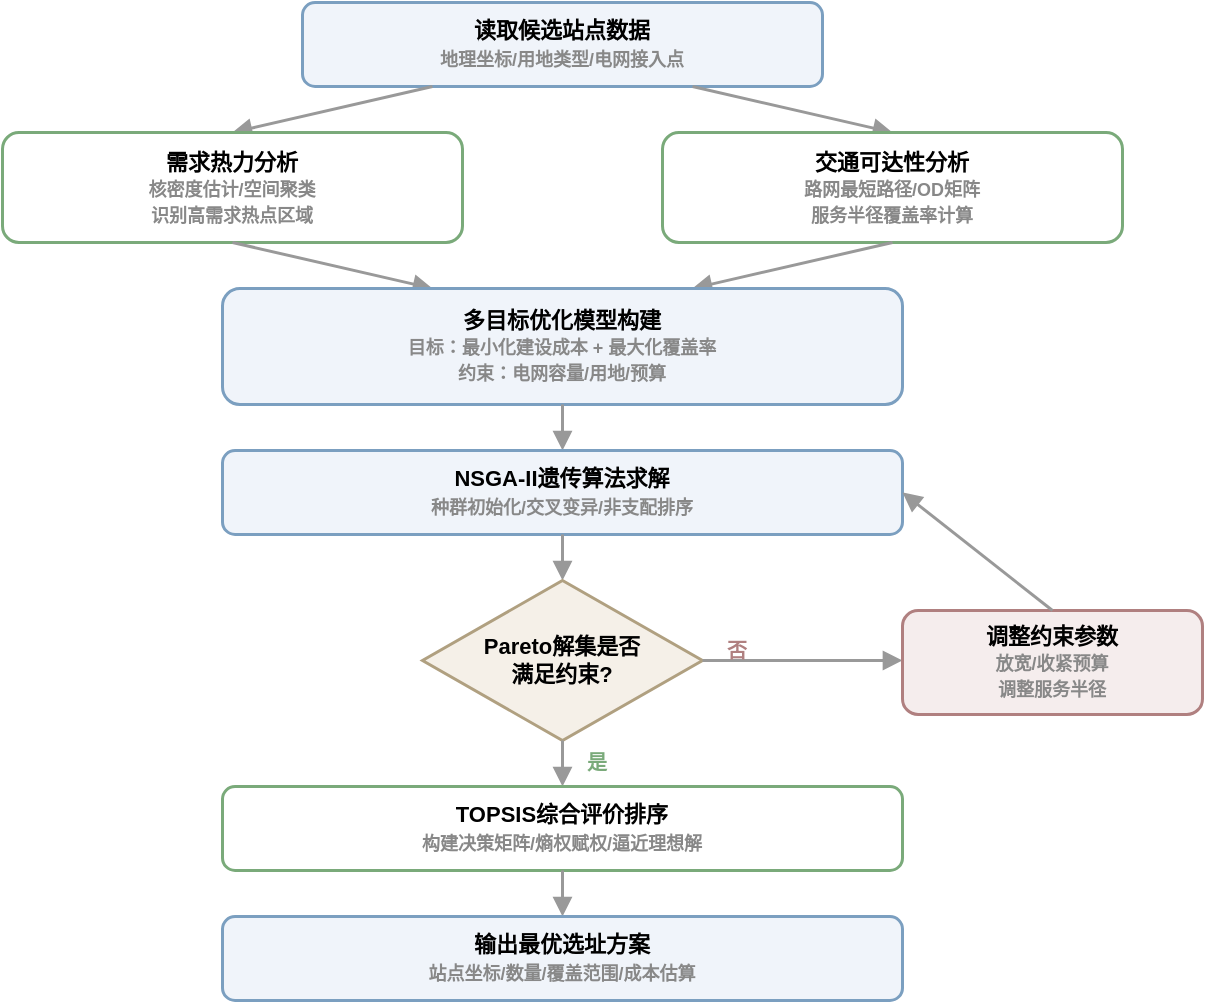
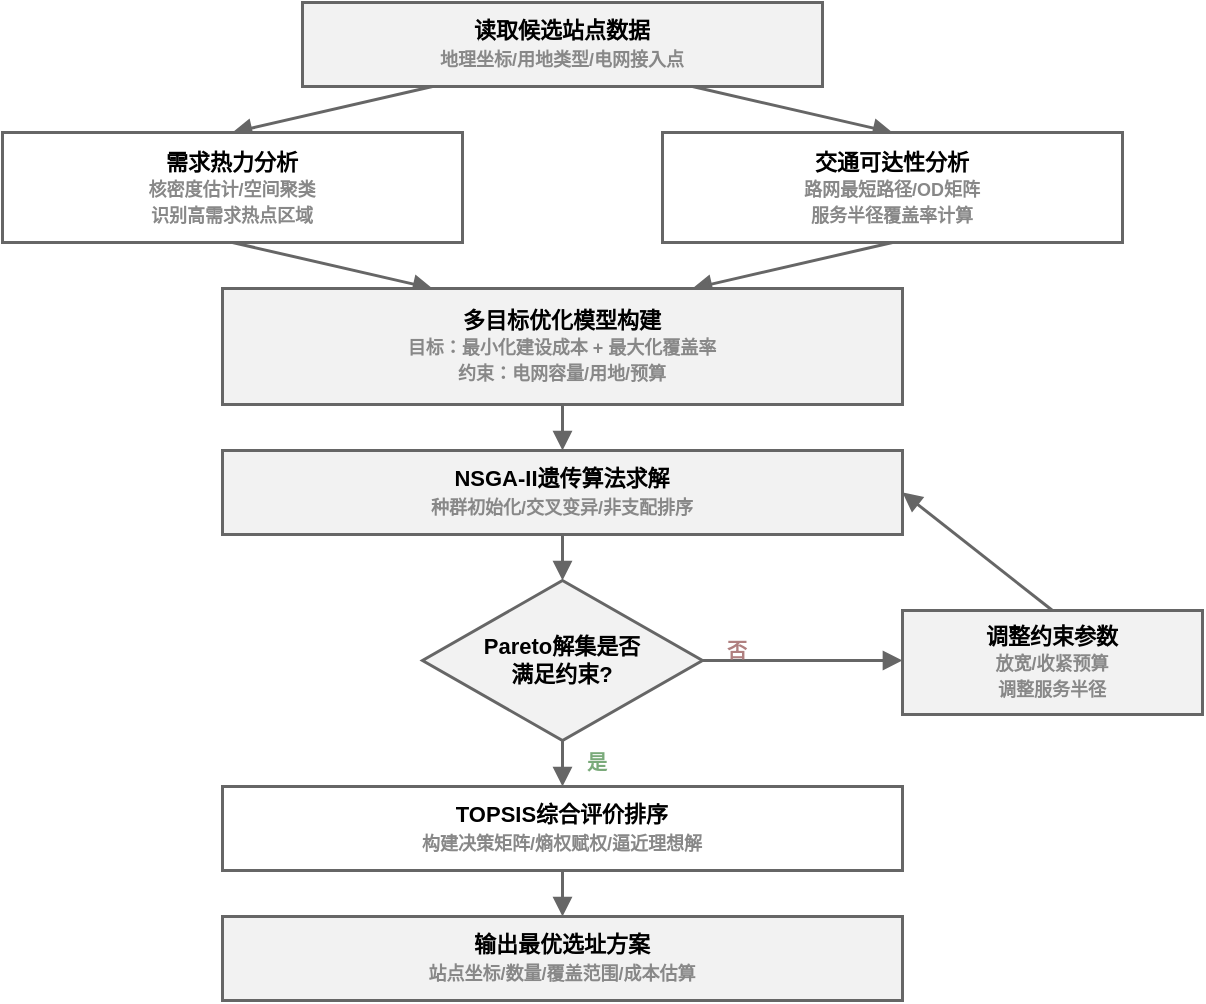
<mxfile host="draw.io">
<diagram name="问题二求解流程" id="flow_q2_v2">
<mxGraphModel dx="900" dy="750" grid="1" gridSize="10" guides="1" tooltips="1" connect="1" arrows="1" fold="1" page="0" pageScale="1" pageWidth="900" pageHeight="700" background="none" math="0" shadow="0">
<root>
<mxCell id="0"/>
<mxCell id="1" parent="0"/>
- <mxCell id="2" value="&lt;b&gt;读取候选站点数据&lt;/b&gt;&lt;br&gt;&lt;font style=&quot;font-size:9px;color:#888;&quot;&gt;地理坐标/用地类型/电网接入点&lt;/font&gt;" style="rounded=1;whiteSpace=wrap;html=1;fillColor=#F0F4FA;strokeColor=#7B9FC0;strokeWidth=1.5;fontSize=11;fontStyle=1;" vertex="1" parent="1">
+ <mxCell id="2" value="&lt;b&gt;读取候选站点数据&lt;/b&gt;&lt;br&gt;&lt;font style=&quot;font-size:9px;color:#888;&quot;&gt;地理坐标/用地类型/电网接入点&lt;/font&gt;" style="rounded=0;whiteSpace=wrap;html=1;fillColor=#F2F2F2;strokeColor=#666666;strokeWidth=1.5;fontSize=11;fontStyle=1;" vertex="1" parent="1">
<mxGeometry x="170" y="10" width="260" height="42" as="geometry"/>
</mxCell>
- <mxCell id="3" edge="1" parent="1" style="rounded=1;html=1;strokeWidth=1.5;strokeColor=#999999;endArrow=block;endFill=1;exitX=0.25;exitY=1;entryX=0.5;entryY=0;">
+ <mxCell id="3" edge="1" parent="1" style="rounded=0;html=1;strokeWidth=1.5;strokeColor=#666666;endArrow=block;endFill=1;exitX=0.25;exitY=1;entryX=0.5;entryY=0;">
<mxGeometry relative="1" as="geometry"><mxPoint x="235" y="52" as="sourcePoint"/><mxPoint x="135" y="75" as="targetPoint"/></mxGeometry>
</mxCell>
- <mxCell id="4" edge="1" parent="1" style="rounded=1;html=1;strokeWidth=1.5;strokeColor=#999999;endArrow=block;endFill=1;exitX=0.75;exitY=1;entryX=0.5;entryY=0;">
+ <mxCell id="4" edge="1" parent="1" style="rounded=0;html=1;strokeWidth=1.5;strokeColor=#666666;endArrow=block;endFill=1;exitX=0.75;exitY=1;entryX=0.5;entryY=0;">
<mxGeometry relative="1" as="geometry"><mxPoint x="365" y="52" as="sourcePoint"/><mxPoint x="465" y="75" as="targetPoint"/></mxGeometry>
</mxCell>
- <mxCell id="5" value="&lt;b&gt;需求热力分析&lt;/b&gt;&lt;br&gt;&lt;font style=&quot;font-size:9px;color:#888;&quot;&gt;核密度估计/空间聚类&lt;br&gt;识别高需求热点区域&lt;/font&gt;" style="rounded=1;whiteSpace=wrap;html=1;fillColor=#FFFFFF;strokeColor=#7AAA7A;strokeWidth=1.5;fontSize=11;fontStyle=1;" vertex="1" parent="1">
+ <mxCell id="5" value="&lt;b&gt;需求热力分析&lt;/b&gt;&lt;br&gt;&lt;font style=&quot;font-size:9px;color:#888;&quot;&gt;核密度估计/空间聚类&lt;br&gt;识别高需求热点区域&lt;/font&gt;" style="rounded=0;whiteSpace=wrap;html=1;fillColor=#FFFFFF;strokeColor=#666666;strokeWidth=1.5;fontSize=11;fontStyle=1;" vertex="1" parent="1">
<mxGeometry x="20" y="75" width="230" height="55" as="geometry"/>
</mxCell>
- <mxCell id="6" value="&lt;b&gt;交通可达性分析&lt;/b&gt;&lt;br&gt;&lt;font style=&quot;font-size:9px;color:#888;&quot;&gt;路网最短路径/OD矩阵&lt;br&gt;服务半径覆盖率计算&lt;/font&gt;" style="rounded=1;whiteSpace=wrap;html=1;fillColor=#FFFFFF;strokeColor=#7AAA7A;strokeWidth=1.5;fontSize=11;fontStyle=1;" vertex="1" parent="1">
+ <mxCell id="6" value="&lt;b&gt;交通可达性分析&lt;/b&gt;&lt;br&gt;&lt;font style=&quot;font-size:9px;color:#888;&quot;&gt;路网最短路径/OD矩阵&lt;br&gt;服务半径覆盖率计算&lt;/font&gt;" style="rounded=0;whiteSpace=wrap;html=1;fillColor=#FFFFFF;strokeColor=#666666;strokeWidth=1.5;fontSize=11;fontStyle=1;" vertex="1" parent="1">
<mxGeometry x="350" y="75" width="230" height="55" as="geometry"/>
</mxCell>
- <mxCell id="7" edge="1" parent="1" style="rounded=1;html=1;strokeWidth=1.5;strokeColor=#999999;endArrow=block;endFill=1;exitX=0.5;exitY=1;entryX=0.25;entryY=0;">
+ <mxCell id="7" edge="1" parent="1" style="rounded=0;html=1;strokeWidth=1.5;strokeColor=#666666;endArrow=block;endFill=1;exitX=0.5;exitY=1;entryX=0.25;entryY=0;">
<mxGeometry relative="1" as="geometry"><mxPoint x="135" y="130" as="sourcePoint"/><mxPoint x="235" y="153" as="targetPoint"/></mxGeometry>
</mxCell>
- <mxCell id="8" edge="1" parent="1" style="rounded=1;html=1;strokeWidth=1.5;strokeColor=#999999;endArrow=block;endFill=1;exitX=0.5;exitY=1;entryX=0.75;entryY=0;">
+ <mxCell id="8" edge="1" parent="1" style="rounded=0;html=1;strokeWidth=1.5;strokeColor=#666666;endArrow=block;endFill=1;exitX=0.5;exitY=1;entryX=0.75;entryY=0;">
<mxGeometry relative="1" as="geometry"><mxPoint x="465" y="130" as="sourcePoint"/><mxPoint x="365" y="153" as="targetPoint"/></mxGeometry>
</mxCell>
- <mxCell id="9" value="&lt;b&gt;多目标优化模型构建&lt;/b&gt;&lt;br&gt;&lt;font style=&quot;font-size:9px;color:#888;&quot;&gt;目标：最小化建设成本 + 最大化覆盖率&lt;br&gt;约束：电网容量/用地/预算&lt;/font&gt;" style="rounded=1;whiteSpace=wrap;html=1;fillColor=#F0F4FA;strokeColor=#7B9FC0;strokeWidth=1.5;fontSize=11;fontStyle=1;" vertex="1" parent="1">
+ <mxCell id="9" value="&lt;b&gt;多目标优化模型构建&lt;/b&gt;&lt;br&gt;&lt;font style=&quot;font-size:9px;color:#888;&quot;&gt;目标：最小化建设成本 + 最大化覆盖率&lt;br&gt;约束：电网容量/用地/预算&lt;/font&gt;" style="rounded=0;whiteSpace=wrap;html=1;fillColor=#F2F2F2;strokeColor=#666666;strokeWidth=1.5;fontSize=11;fontStyle=1;" vertex="1" parent="1">
<mxGeometry x="130" y="153" width="340" height="58" as="geometry"/>
</mxCell>
- <mxCell id="10" edge="1" parent="1" style="rounded=1;html=1;strokeWidth=1.5;strokeColor=#999999;endArrow=block;endFill=1;exitX=0.5;exitY=1;entryX=0.5;entryY=0;">
+ <mxCell id="10" edge="1" parent="1" style="rounded=0;html=1;strokeWidth=1.5;strokeColor=#666666;endArrow=block;endFill=1;exitX=0.5;exitY=1;entryX=0.5;entryY=0;">
<mxGeometry relative="1" as="geometry"><mxPoint x="300" y="211" as="sourcePoint"/><mxPoint x="300" y="234" as="targetPoint"/></mxGeometry>
</mxCell>
- <mxCell id="11" value="&lt;b&gt;NSGA-II遗传算法求解&lt;/b&gt;&lt;br&gt;&lt;font style=&quot;font-size:9px;color:#888;&quot;&gt;种群初始化/交叉变异/非支配排序&lt;/font&gt;" style="rounded=1;whiteSpace=wrap;html=1;fillColor=#F0F4FA;strokeColor=#7B9FC0;strokeWidth=1.5;fontSize=11;fontStyle=1;" vertex="1" parent="1">
+ <mxCell id="11" value="&lt;b&gt;NSGA-II遗传算法求解&lt;/b&gt;&lt;br&gt;&lt;font style=&quot;font-size:9px;color:#888;&quot;&gt;种群初始化/交叉变异/非支配排序&lt;/font&gt;" style="rounded=0;whiteSpace=wrap;html=1;fillColor=#F2F2F2;strokeColor=#666666;strokeWidth=1.5;fontSize=11;fontStyle=1;" vertex="1" parent="1">
<mxGeometry x="130" y="234" width="340" height="42" as="geometry"/>
</mxCell>
- <mxCell id="12" edge="1" parent="1" style="rounded=1;html=1;strokeWidth=1.5;strokeColor=#999999;endArrow=block;endFill=1;exitX=0.5;exitY=1;entryX=0.5;entryY=0;">
+ <mxCell id="12" edge="1" parent="1" style="rounded=0;html=1;strokeWidth=1.5;strokeColor=#666666;endArrow=block;endFill=1;exitX=0.5;exitY=1;entryX=0.5;entryY=0;">
<mxGeometry relative="1" as="geometry"><mxPoint x="300" y="276" as="sourcePoint"/><mxPoint x="300" y="299" as="targetPoint"/></mxGeometry>
</mxCell>
- <mxCell id="13" value="&lt;b&gt;Pareto解集是否&lt;br&gt;满足约束?&lt;/b&gt;" style="rhombus;whiteSpace=wrap;html=1;fillColor=#F5F0E8;strokeColor=#B0A080;strokeWidth=1.5;fontSize=11;fontStyle=1;" vertex="1" parent="1">
+ <mxCell id="13" value="&lt;b&gt;Pareto解集是否&lt;br&gt;满足约束?&lt;/b&gt;" style="rhombus;whiteSpace=wrap;html=1;fillColor=#F2F2F2;strokeColor=#666666;strokeWidth=1.5;fontSize=11;fontStyle=1;" vertex="1" parent="1">
<mxGeometry x="230" y="299" width="140" height="80" as="geometry"/>
</mxCell>
- <mxCell id="14" edge="1" parent="1" style="rounded=1;html=1;strokeWidth=1.5;strokeColor=#999999;endArrow=block;endFill=1;exitX=0.5;exitY=1;entryX=0.5;entryY=0;">
+ <mxCell id="14" edge="1" parent="1" style="rounded=0;html=1;strokeWidth=1.5;strokeColor=#666666;endArrow=block;endFill=1;exitX=0.5;exitY=1;entryX=0.5;entryY=0;">
<mxGeometry relative="1" as="geometry"><mxPoint x="300" y="379" as="sourcePoint"/><mxPoint x="300" y="402" as="targetPoint"/></mxGeometry>
</mxCell>
<mxCell id="15" value="&lt;font style=&quot;font-size:10px;color:#7AAA7A;&quot;&gt;&lt;b&gt;是&lt;/b&gt;&lt;/font&gt;" style="text;html=1;align=center;verticalAlign=middle;whiteSpace=wrap;strokeColor=none;fillColor=none;" vertex="1" parent="1">
<mxGeometry x="305" y="381" width="25" height="18" as="geometry"/>
</mxCell>
- <mxCell id="16" edge="1" parent="1" style="rounded=1;html=1;strokeWidth=1.5;strokeColor=#999999;endArrow=block;endFill=1;exitX=1;exitY=0.5;entryX=0;entryY=0.5;">
+ <mxCell id="16" edge="1" parent="1" style="rounded=0;html=1;strokeWidth=1.5;strokeColor=#666666;endArrow=block;endFill=1;exitX=1;exitY=0.5;entryX=0;entryY=0.5;">
<mxGeometry relative="1" as="geometry"><mxPoint x="370" y="339" as="sourcePoint"/><mxPoint x="470" y="339" as="targetPoint"/></mxGeometry>
</mxCell>
<mxCell id="17" value="&lt;font style=&quot;font-size:10px;color:#B08080;&quot;&gt;&lt;b&gt;否&lt;/b&gt;&lt;/font&gt;" style="text;html=1;align=center;verticalAlign=middle;whiteSpace=wrap;strokeColor=none;fillColor=none;" vertex="1" parent="1">
<mxGeometry x="375" y="325" width="25" height="18" as="geometry"/>
</mxCell>
- <mxCell id="18" value="&lt;b&gt;调整约束参数&lt;/b&gt;&lt;br&gt;&lt;font style=&quot;font-size:9px;color:#888;&quot;&gt;放宽/收紧预算&lt;br&gt;调整服务半径&lt;/font&gt;" style="rounded=1;whiteSpace=wrap;html=1;fillColor=#F5EDED;strokeColor=#B08080;strokeWidth=1.5;fontSize=11;fontStyle=1;" vertex="1" parent="1">
+ <mxCell id="18" value="&lt;b&gt;调整约束参数&lt;/b&gt;&lt;br&gt;&lt;font style=&quot;font-size:9px;color:#888;&quot;&gt;放宽/收紧预算&lt;br&gt;调整服务半径&lt;/font&gt;" style="rounded=0;whiteSpace=wrap;html=1;fillColor=#F2F2F2;strokeColor=#666666;strokeWidth=1.5;fontSize=11;fontStyle=1;" vertex="1" parent="1">
<mxGeometry x="470" y="314" width="150" height="52" as="geometry"/>
</mxCell>
- <mxCell id="19" edge="1" parent="1" style="rounded=1;html=1;strokeWidth=1.5;strokeColor=#999999;endArrow=block;endFill=1;exitX=0.5;exitY=0;entryX=1;entryY=0.5;">
+ <mxCell id="19" edge="1" parent="1" style="rounded=0;html=1;strokeWidth=1.5;strokeColor=#666666;endArrow=block;endFill=1;exitX=0.5;exitY=0;entryX=1;entryY=0.5;">
<mxGeometry relative="1" as="geometry"><mxPoint x="545" y="314" as="sourcePoint"/><mxPoint x="470" y="255" as="targetPoint"/></mxGeometry>
</mxCell>
- <mxCell id="20" value="&lt;b&gt;TOPSIS综合评价排序&lt;/b&gt;&lt;br&gt;&lt;font style=&quot;font-size:9px;color:#888;&quot;&gt;构建决策矩阵/熵权赋权/逼近理想解&lt;/font&gt;" style="rounded=1;whiteSpace=wrap;html=1;fillColor=#FFFFFF;strokeColor=#7AAA7A;strokeWidth=1.5;fontSize=11;fontStyle=1;" vertex="1" parent="1">
+ <mxCell id="20" value="&lt;b&gt;TOPSIS综合评价排序&lt;/b&gt;&lt;br&gt;&lt;font style=&quot;font-size:9px;color:#888;&quot;&gt;构建决策矩阵/熵权赋权/逼近理想解&lt;/font&gt;" style="rounded=0;whiteSpace=wrap;html=1;fillColor=#FFFFFF;strokeColor=#666666;strokeWidth=1.5;fontSize=11;fontStyle=1;" vertex="1" parent="1">
<mxGeometry x="130" y="402" width="340" height="42" as="geometry"/>
</mxCell>
- <mxCell id="21" edge="1" parent="1" style="rounded=1;html=1;strokeWidth=1.5;strokeColor=#999999;endArrow=block;endFill=1;exitX=0.5;exitY=1;entryX=0.5;entryY=0;">
+ <mxCell id="21" edge="1" parent="1" style="rounded=0;html=1;strokeWidth=1.5;strokeColor=#666666;endArrow=block;endFill=1;exitX=0.5;exitY=1;entryX=0.5;entryY=0;">
<mxGeometry relative="1" as="geometry"><mxPoint x="300" y="444" as="sourcePoint"/><mxPoint x="300" y="467" as="targetPoint"/></mxGeometry>
</mxCell>
- <mxCell id="22" value="&lt;b&gt;输出最优选址方案&lt;/b&gt;&lt;br&gt;&lt;font style=&quot;font-size:9px;color:#888;&quot;&gt;站点坐标/数量/覆盖范围/成本估算&lt;/font&gt;" style="rounded=1;whiteSpace=wrap;html=1;fillColor=#F0F4FA;strokeColor=#7B9FC0;strokeWidth=1.5;fontSize=11;fontStyle=1;" vertex="1" parent="1">
+ <mxCell id="22" value="&lt;b&gt;输出最优选址方案&lt;/b&gt;&lt;br&gt;&lt;font style=&quot;font-size:9px;color:#888;&quot;&gt;站点坐标/数量/覆盖范围/成本估算&lt;/font&gt;" style="rounded=0;whiteSpace=wrap;html=1;fillColor=#F2F2F2;strokeColor=#666666;strokeWidth=1.5;fontSize=11;fontStyle=1;" vertex="1" parent="1">
<mxGeometry x="130" y="467" width="340" height="42" as="geometry"/>
</mxCell>
</root>
</mxGraphModel>
</diagram>
</mxfile>